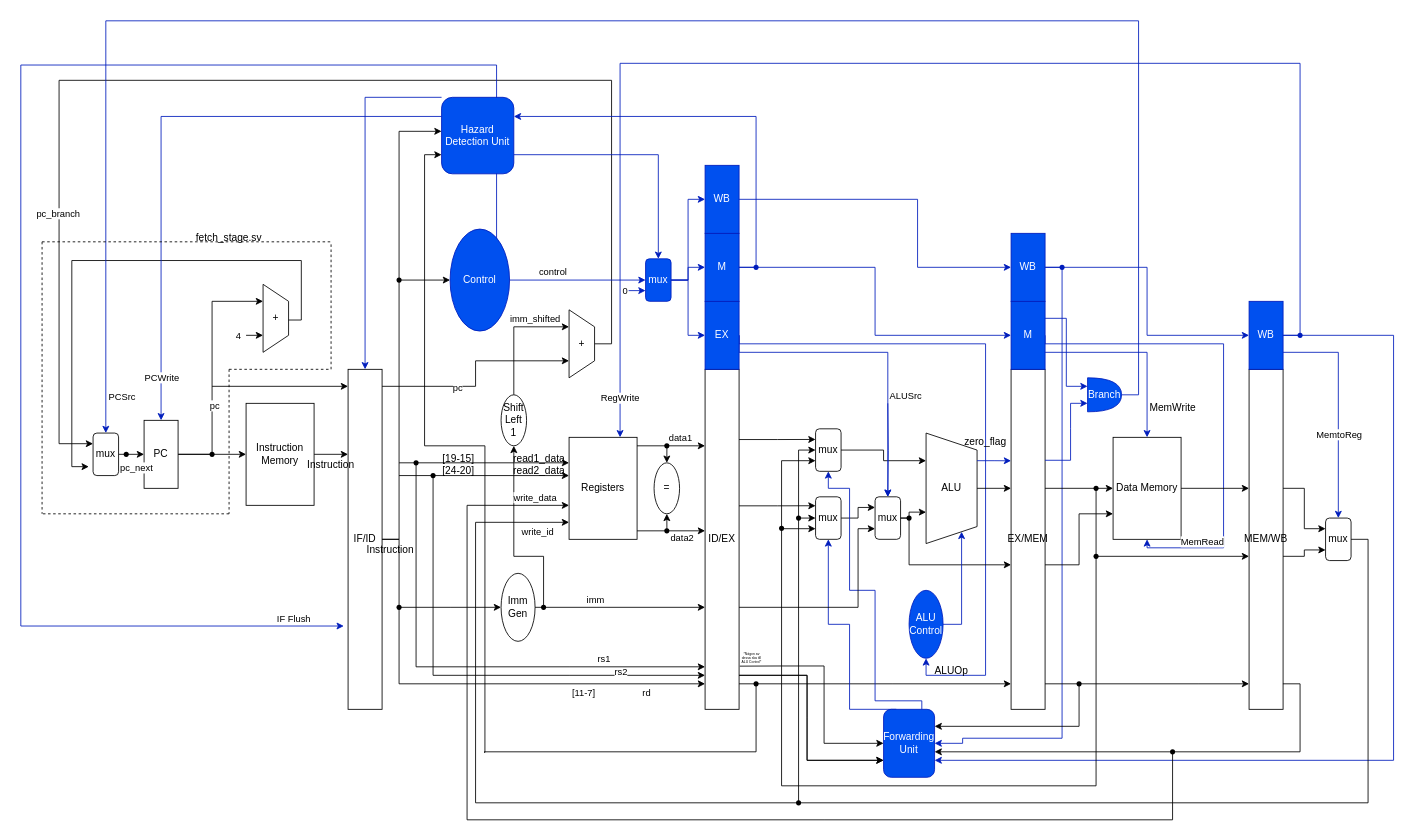
Above: documentation/Architecture.drawio in RISC-V-on-FPGA/riscv (draw.io), before the change. Source tidied: cells renumbered, new cells numbered last; positions are measured from the earlier drawing's top-left corner, leaving out a move shared by most shapes. Both pictures are drawn from the tidied source at 85%, with x=0, y=0 at pixel (20, 20).
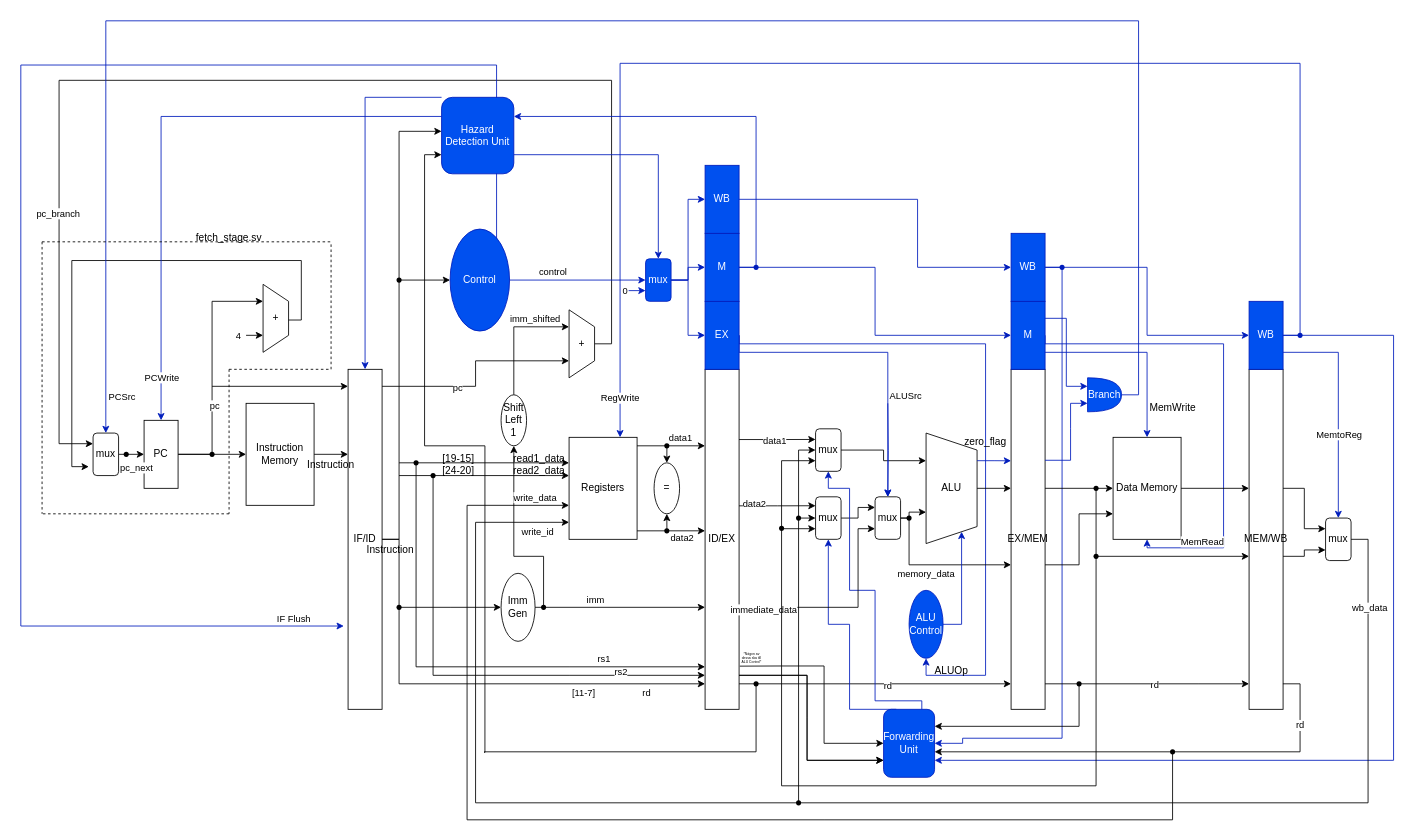
The same diagram, later.

Unchanged cells that the change refers to:
```xml
<mxCell id="47" style="edgeStyle=orthogonalEdgeStyle;rounded=0;jettySize=auto;html=1;exitX=0;exitY=0.25;exitDx=0;exitDy=0;entryX=0;entryY=0.25;entryDx=0;entryDy=0;" parent="1" edge="1" target="48">
  <mxGeometry relative="1" as="geometry">
    <mxPoint x="845" y="492.6" as="sourcePoint" />
    <Array as="points">
      <mxPoint x="890" y="493" />
    </Array>
  </mxGeometry>
</mxCell>
<mxCell id="50" style="edgeStyle=orthogonalEdgeStyle;rounded=0;orthogonalLoop=1;jettySize=auto;html=1;exitX=0;exitY=0.25;exitDx=0;exitDy=0;entryX=0;entryY=0.25;entryDx=0;entryDy=0;" parent="1" edge="1">
  <mxGeometry relative="1" as="geometry">
    <mxPoint x="845" y="570.6" as="sourcePoint" />
    <mxPoint x="935" y="570.5" as="targetPoint" />
    <Array as="points">
      <mxPoint x="890" y="570" />
      <mxPoint x="890" y="570" />
    </Array>
  </mxGeometry>
</mxCell>
<mxCell id="116" style="edgeStyle=orthogonalEdgeStyle;rounded=0;jettySize=auto;html=1;exitX=1;exitY=0.5;exitDx=0;exitDy=0;" parent="1" edge="1" source="62" target="21">
  <mxGeometry relative="1" as="geometry">
    <Array as="points">
      <mxPoint x="1045" y="585" />
      <mxPoint x="1045" y="640" />
    </Array>
  </mxGeometry>
</mxCell>
<mxCell id="117" style="endArrow=classic;html=1;rounded=0;" parent="1" edge="1">
  <mxGeometry relative="1" as="geometry">
    <mxPoint x="845" y="780" as="sourcePoint" />
    <mxPoint x="1165" y="780" as="targetPoint" />
    <Array as="points">
      <mxPoint x="1025" y="780" />
    </Array>
  </mxGeometry>
</mxCell>
<mxCell id="118" style="endArrow=classic;html=1;rounded=0;" parent="1" edge="1">
  <mxGeometry relative="1" as="geometry">
    <mxPoint x="1205" y="780" as="sourcePoint" />
    <mxPoint x="1445" y="780" as="targetPoint" />
    <Array as="points">
      <mxPoint x="1385" y="780" />
    </Array>
  </mxGeometry>
</mxCell>
<mxCell id="123" style="edgeStyle=orthogonalEdgeStyle;rounded=0;jettySize=auto;html=1;exitX=0.995;exitY=0.925;exitDx=0;exitDy=0;exitPerimeter=0;" parent="1" edge="1" source="22">
  <mxGeometry relative="1" as="geometry">
    <mxPoint x="1075" y="860" as="targetPoint" />
    <Array as="points">
      <mxPoint x="1505" y="780" />
      <mxPoint x="1505" y="860" />
      <mxPoint x="1075" y="860" />
    </Array>
  </mxGeometry>
</mxCell>
<mxCell id="139" style="edgeStyle=orthogonalEdgeStyle;rounded=0;jettySize=auto;html=1;exitX=1;exitY=0.7;exitDx=0;exitDy=0;entryX=0;entryY=0.75;entryDx=0;entryDy=0;exitPerimeter=0;" parent="1" edge="1" source="20" target="62">
  <mxGeometry relative="1" as="geometry">
    <Array as="points">
      <mxPoint x="985" y="690" />
      <mxPoint x="985" y="598" />
    </Array>
  </mxGeometry>
</mxCell>
<mxCell id="159" style="edgeStyle=orthogonalEdgeStyle;rounded=0;jettySize=auto;html=1;exitX=1;exitY=0.5;exitDx=0;exitDy=0;entryDx=0;entryDy=0;endArrow=none;endFill=0;" parent="1" edge="1" source="58" target="160">
  <mxGeometry relative="1" as="geometry">
    <Array as="points">
      <mxPoint x="1585" y="610" />
      <mxPoint x="1585" y="920" />
      <mxPoint x="915" y="920" />
    </Array>
  </mxGeometry>
</mxCell>
```

Change to the diagram source:
```diff
@@
+    <mxCell id="190" value="data1" style="edgeLabel;html=1;align=center;verticalAlign=middle;" parent="47" vertex="1">
+      <mxGeometry x="-0.08" y="-1" relative="1" as="geometry" />
+    </mxCell>
@@
+    <mxCell id="191" value="data2" style="edgeLabel;html=1;align=center;verticalAlign=middle;" parent="50" vertex="1">
+      <mxGeometry x="-0.62" y="2" relative="1" as="geometry" />
+    </mxCell>
@@
+    <mxCell id="192" value="memory_data" style="edgeLabel;html=1;align=center;verticalAlign=middle;" parent="116" vertex="1">
+      <mxGeometry x="0.01" y="-1" relative="1" as="geometry">
+        <mxPoint x="-9" y="9" as="offset" />
+      </mxGeometry>
+    </mxCell>
@@
+    <mxCell id="193" value="&lt;div&gt;rd&lt;/div&gt;" style="edgeLabel;html=1;align=center;verticalAlign=middle;" parent="117" vertex="1">
+      <mxGeometry x="0.09" y="-1" relative="1" as="geometry" />
+    </mxCell>
@@
+    <mxCell id="194" value="rd" style="edgeLabel;html=1;align=center;verticalAlign=middle;" parent="118" vertex="1">
+      <mxGeometry x="0.07" relative="1" as="geometry" />
+    </mxCell>
@@
+    <mxCell id="195" value="rd" style="edgeLabel;html=1;align=center;verticalAlign=middle;" parent="123" vertex="1">
+      <mxGeometry x="-0.74" y="-1" relative="1" as="geometry" />
+    </mxCell>
@@
+    <mxCell id="196" value="immediate_data" style="edgeLabel;html=1;align=center;verticalAlign=middle;" parent="139" vertex="1">
+      <mxGeometry x="-0.78" y="-2" relative="1" as="geometry" />
+    </mxCell>
@@
+    <mxCell id="197" value="wb_data" style="edgeLabel;html=1;align=center;verticalAlign=middle;" parent="159" vertex="1">
+      <mxGeometry x="-0.8" y="1" relative="1" as="geometry" />
+    </mxCell>
```
